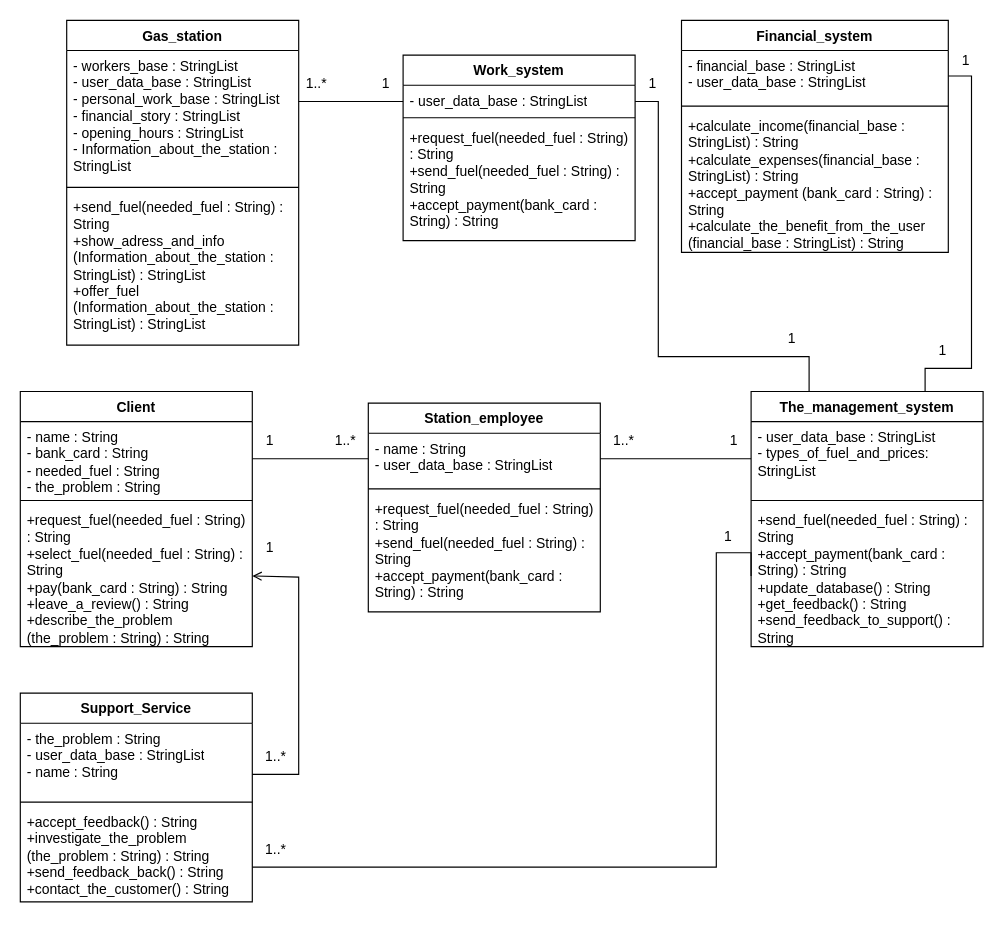
Above: page "Needed 6 and 7" (7 of 12) of 1.drawio in Helpmepleaseitishard/Aikms (draw.io), before the change. Source tidied: cells renumbered, new cells numbered last; positions are measured from the earlier drawing's top-left corner, leaving out a move shared by most shapes. Both pictures are drawn from the tidied source at 116%, with x=0, y=0 at pixel (20, 20).
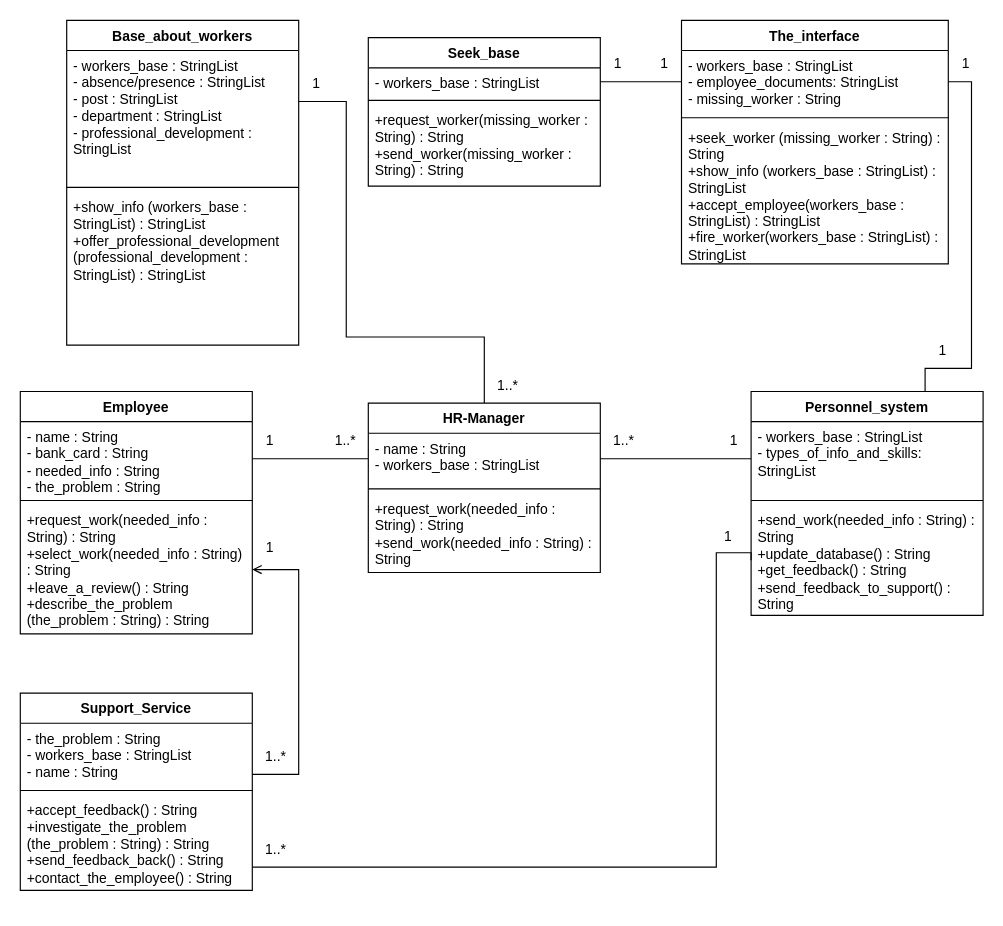
The same diagram, later.

Change to the diagram source:
```diff
@@
-    <mxCell id="2" value="The_management_system" style="swimlane;fontStyle=1;align=center;verticalAlign=top;horizontal=1;startSize=26;whiteSpace=wrap;html=1;" parent="1" vertex="1">
-      <mxGeometry x="630" y="320" width="200" height="220" as="geometry" />
+    <mxCell id="2" value="Personnel_system" style="swimlane;fontStyle=1;align=center;verticalAlign=top;horizontal=1;startSize=26;whiteSpace=wrap;html=1;" parent="1" vertex="1">
+      <mxGeometry x="630" y="320" width="200" height="193" as="geometry" />
     </mxCell>
-    <mxCell id="3" value="&lt;div&gt;-&amp;nbsp;user_data_base : StringList&lt;/div&gt;&lt;div&gt;&lt;div&gt;&lt;div&gt;- types_of_fuel_and_prices: StringList&lt;/div&gt;&lt;/div&gt;&lt;/div&gt;" style="text;strokeColor=none;fillColor=none;align=left;verticalAlign=top;spacingLeft=4;spacingRight=4;overflow=hidden;points=[[0,0.5],[1,0.5]];portConstraint=eastwest;whiteSpace=wrap;html=1;" parent="2" vertex="1">
+    <mxCell id="3" value="&lt;div&gt;&lt;div&gt;&lt;div&gt;- workers_base : StringList&lt;/div&gt;&lt;/div&gt;&lt;/div&gt;&lt;div&gt;&lt;div&gt;&lt;div&gt;- types_of_info_and_skills: StringList&lt;/div&gt;&lt;/div&gt;&lt;/div&gt;" style="text;strokeColor=none;fillColor=none;align=left;verticalAlign=top;spacingLeft=4;spacingRight=4;overflow=hidden;points=[[0,0.5],[1,0.5]];portConstraint=eastwest;whiteSpace=wrap;html=1;" parent="2" vertex="1">
       <mxGeometry y="26" width="200" height="64" as="geometry" />
     </mxCell>
@@
-    <mxCell id="5" value="+send_fuel(needed_fuel : String) : String&lt;br&gt;+accept_payment(bank_card : String) : String&lt;br&gt;+update_database() : String&lt;br&gt;+get_feedback() : String&lt;br&gt;+send_feedback_to_support() : String" style="text;strokeColor=none;fillColor=none;align=left;verticalAlign=top;spacingLeft=4;spacingRight=4;overflow=hidden;points=[[0,0.5],[1,0.5]];portConstraint=eastwest;whiteSpace=wrap;html=1;" parent="2" vertex="1">
-      <mxGeometry y="98" width="200" height="122" as="geometry" />
+    <mxCell id="5" value="+send_work(needed_info : String) : String&lt;br&gt;+update_database() : String&lt;br&gt;+get_feedback() : String&lt;br&gt;+send_feedback_to_support() : String" style="text;strokeColor=none;fillColor=none;align=left;verticalAlign=top;spacingLeft=4;spacingRight=4;overflow=hidden;points=[[0,0.5],[1,0.5]];portConstraint=eastwest;whiteSpace=wrap;html=1;" parent="2" vertex="1">
+      <mxGeometry y="98" width="200" height="95" as="geometry" />
     </mxCell>
-    <mxCell id="6" value="Station_employee" style="swimlane;fontStyle=1;align=center;verticalAlign=top;horizontal=1;startSize=26;whiteSpace=wrap;html=1;" parent="1" vertex="1">
-      <mxGeometry x="300" y="330" width="200" height="180" as="geometry" />
+    <mxCell id="6" value="HR-Manager" style="swimlane;fontStyle=1;align=center;verticalAlign=top;horizontal=1;startSize=26;whiteSpace=wrap;html=1;" parent="1" vertex="1">
+      <mxGeometry x="300" y="330" width="200" height="146" as="geometry" />
     </mxCell>
-    <mxCell id="7" value="&lt;div&gt;- name : String&lt;/div&gt;&lt;div&gt;&lt;div&gt;&lt;div&gt;&lt;div&gt;&lt;div&gt;- user_data_base : StringList&lt;/div&gt;&lt;/div&gt;&lt;/div&gt;&lt;/div&gt;&lt;/div&gt;" style="text;strokeColor=none;fillColor=none;align=left;verticalAlign=top;spacingLeft=4;spacingRight=4;overflow=hidden;points=[[0,0.5],[1,0.5]];portConstraint=eastwest;whiteSpace=wrap;html=1;" parent="6" vertex="1">
+    <mxCell id="7" value="&lt;div&gt;- name : String&lt;/div&gt;&lt;div&gt;&lt;div&gt;&lt;div&gt;&lt;div&gt;&lt;div&gt;&lt;div&gt;&lt;div&gt;- workers_base : StringList&lt;/div&gt;&lt;/div&gt;&lt;/div&gt;&lt;/div&gt;&lt;/div&gt;&lt;/div&gt;&lt;/div&gt;" style="text;strokeColor=none;fillColor=none;align=left;verticalAlign=top;spacingLeft=4;spacingRight=4;overflow=hidden;points=[[0,0.5],[1,0.5]];portConstraint=eastwest;whiteSpace=wrap;html=1;" parent="6" vertex="1">
       <mxGeometry y="26" width="200" height="44" as="geometry" />
     </mxCell>
@@
-    <mxCell id="9" value="+request_fuel(needed_fuel : String) : String&lt;br&gt;+send_fuel(needed_fuel : String) : String&lt;br&gt;+accept_payment(bank_card : String) : String" style="text;strokeColor=none;fillColor=none;align=left;verticalAlign=top;spacingLeft=4;spacingRight=4;overflow=hidden;whiteSpace=wrap;html=1;" parent="6" vertex="1">
-      <mxGeometry y="78" width="200" height="102" as="geometry" />
+    <mxCell id="9" value="+request_work(needed_info : String) : String&lt;br&gt;+send_work(needed_info : String) : String" style="text;strokeColor=none;fillColor=none;align=left;verticalAlign=top;spacingLeft=4;spacingRight=4;overflow=hidden;whiteSpace=wrap;html=1;" parent="6" vertex="1">
+      <mxGeometry y="78" width="200" height="68" as="geometry" />
     </mxCell>
-    <mxCell id="10" value="Client" style="swimlane;fontStyle=1;align=center;verticalAlign=top;horizontal=1;startSize=26;whiteSpace=wrap;html=1;" parent="1" vertex="1">
-      <mxGeometry y="320" width="200" height="220" as="geometry" />
+    <mxCell id="10" value="Employee" style="swimlane;fontStyle=1;align=center;verticalAlign=top;horizontal=1;startSize=26;whiteSpace=wrap;html=1;" parent="1" vertex="1">
+      <mxGeometry y="320" width="200" height="209" as="geometry" />
     </mxCell>
-    <mxCell id="11" value="&lt;div&gt;- name : String&lt;/div&gt;&lt;div&gt;&lt;div&gt;- bank_card : String&lt;/div&gt;&lt;div&gt;&lt;div&gt;- needed_fuel : String&lt;/div&gt;&lt;div&gt;&lt;div&gt;- the_problem : String&lt;/div&gt;&lt;/div&gt;&lt;/div&gt;&lt;/div&gt;" style="text;strokeColor=none;fillColor=none;align=left;verticalAlign=top;spacingLeft=4;spacingRight=4;overflow=hidden;points=[[0,0.5],[1,0.5]];portConstraint=eastwest;whiteSpace=wrap;html=1;" parent="10" vertex="1">
+    <mxCell id="11" value="&lt;div&gt;- name : String&lt;/div&gt;&lt;div&gt;&lt;div&gt;- bank_card : String&lt;/div&gt;&lt;div&gt;&lt;div&gt;- needed_info : String&lt;/div&gt;&lt;div&gt;&lt;div&gt;- the_problem : String&lt;/div&gt;&lt;/div&gt;&lt;/div&gt;&lt;/div&gt;" style="text;strokeColor=none;fillColor=none;align=left;verticalAlign=top;spacingLeft=4;spacingRight=4;overflow=hidden;points=[[0,0.5],[1,0.5]];portConstraint=eastwest;whiteSpace=wrap;html=1;" parent="10" vertex="1">
       <mxGeometry y="26" width="200" height="64" as="geometry" />
     </mxCell>
@@
-    <mxCell id="13" value="+request_fuel(needed_fuel : String) : String&lt;br&gt;+select_fuel(needed_fuel : String) : String&lt;br&gt;+pay(bank_card : String) : String&lt;br&gt;+leave_a_review() : String&lt;br&gt;+describe_the_problem (the_problem : String) : String" style="text;strokeColor=none;fillColor=none;align=left;verticalAlign=top;spacingLeft=4;spacingRight=4;overflow=hidden;points=[[0,0.5],[1,0.5]];portConstraint=eastwest;whiteSpace=wrap;html=1;" parent="10" vertex="1">
-      <mxGeometry y="98" width="200" height="122" as="geometry" />
+    <mxCell id="13" value="+request_work(needed_info : String) : String&lt;br&gt;+select_work(needed_info : String) : String&lt;br&gt;+leave_a_review() : String&lt;br&gt;+describe_the_problem (the_problem : String) : String" style="text;strokeColor=none;fillColor=none;align=left;verticalAlign=top;spacingLeft=4;spacingRight=4;overflow=hidden;points=[[0,0.5],[1,0.5]];portConstraint=eastwest;whiteSpace=wrap;html=1;" parent="10" vertex="1">
+      <mxGeometry y="98" width="200" height="111" as="geometry" />
     </mxCell>
     <mxCell id="14" style="edgeStyle=orthogonalEdgeStyle;rounded=0;jettySize=auto;html=1;entryX=1;entryY=0.5;entryDx=0;entryDy=0;strokeWidth=1;endArrow=open;endFill=0;startArrow=none;startFill=0;" parent="1" edge="1" target="13">
       <mxGeometry relative="1" as="geometry">
         <mxPoint x="200" y="650" as="sourcePoint" />
         <Array as="points">
           <mxPoint x="240" y="650" />
-          <mxPoint x="240" y="480" />
+          <mxPoint x="240" y="474" />
         </Array>
       </mxGeometry>
     </mxCell>
     <mxCell id="15" value="Support_Service" style="swimlane;fontStyle=1;align=center;verticalAlign=top;horizontal=1;startSize=26;whiteSpace=wrap;html=1;" parent="1" vertex="1">
-      <mxGeometry y="580" width="200" height="180" as="geometry" />
+      <mxGeometry y="580" width="200" height="170" as="geometry" />
     </mxCell>
-    <mxCell id="16" value="&lt;div&gt;- the_problem : String&lt;/div&gt;&lt;div&gt;&lt;div&gt;&lt;div&gt;-&amp;nbsp;user_data_base : StringList&lt;div&gt;&lt;div&gt;- name : String&lt;/div&gt;&lt;/div&gt;&lt;/div&gt;&lt;/div&gt;&lt;/div&gt;" style="text;strokeColor=none;fillColor=none;align=left;verticalAlign=top;spacingLeft=4;spacingRight=4;overflow=hidden;whiteSpace=wrap;html=1;" parent="15" vertex="1">
-      <mxGeometry y="26" width="200" height="64" as="geometry" />
+    <mxCell id="16" value="&lt;div&gt;- the_problem : String&lt;/div&gt;&lt;div&gt;&lt;div&gt;&lt;div&gt;&lt;div&gt;&lt;div&gt;- workers_base : StringList&lt;/div&gt;&lt;/div&gt;&lt;div&gt;&lt;div&gt;- name : String&lt;/div&gt;&lt;/div&gt;&lt;/div&gt;&lt;/div&gt;&lt;/div&gt;" style="text;strokeColor=none;fillColor=none;align=left;verticalAlign=top;spacingLeft=4;spacingRight=4;overflow=hidden;whiteSpace=wrap;html=1;" parent="15" vertex="1">
+      <mxGeometry y="26" width="200" height="54" as="geometry" />
     </mxCell>
     <mxCell id="17" style="line;strokeWidth=1;fillColor=none;align=left;verticalAlign=middle;spacingTop=-1;spacingLeft=3;spacingRight=3;labelPosition=right;strokeColor=inherit;" parent="15" vertex="1">
-      <mxGeometry y="90" width="200" height="8" as="geometry" />
+      <mxGeometry y="80" width="200" height="8" as="geometry" />
     </mxCell>
-    <mxCell id="18" value="+accept_feedback() : String&lt;br&gt;+investigate_the_problem (the_problem : String) : String&lt;br&gt;+send_feedback_back() : String&lt;br&gt;+contact_the_customer() : String" style="text;strokeColor=none;fillColor=none;align=left;verticalAlign=top;spacingLeft=4;spacingRight=4;overflow=hidden;whiteSpace=wrap;html=1;" parent="15" vertex="1">
-      <mxGeometry y="98" width="200" height="82" as="geometry" />
+    <mxCell id="18" value="+accept_feedback() : String&lt;br&gt;+investigate_the_problem (the_problem : String) : String&lt;br&gt;+send_feedback_back() : String&lt;br&gt;+contact_the_employee() : String" style="text;strokeColor=none;fillColor=none;align=left;verticalAlign=top;spacingLeft=4;spacingRight=4;overflow=hidden;whiteSpace=wrap;html=1;" parent="15" vertex="1">
+      <mxGeometry y="88" width="200" height="82" as="geometry" />
     </mxCell>
@@
-    <mxCell id="30" value="Financial_system" style="swimlane;fontStyle=1;align=center;verticalAlign=top;horizontal=1;startSize=26;whiteSpace=wrap;html=1;" parent="1" vertex="1">
-      <mxGeometry x="570" width="230" height="200" as="geometry" />
+    <mxCell id="30" value="The_interface" style="swimlane;fontStyle=1;align=center;verticalAlign=top;horizontal=1;startSize=26;whiteSpace=wrap;html=1;" parent="1" vertex="1">
+      <mxGeometry x="570" width="230" height="210" as="geometry" />
     </mxCell>
-    <mxCell id="31" value="&lt;div&gt;- financial_base : StringList&lt;/div&gt;&lt;div&gt;&lt;div&gt;&lt;div&gt;&lt;div&gt;&lt;div&gt;- user_data_base : StringList&lt;/div&gt;&lt;/div&gt;&lt;/div&gt;&lt;/div&gt;&lt;/div&gt;" style="text;strokeColor=none;fillColor=none;align=left;verticalAlign=top;spacingLeft=4;spacingRight=4;overflow=hidden;points=[[0,0.5],[1,0.5]];portConstraint=eastwest;whiteSpace=wrap;html=1;" parent="30" vertex="1">
-      <mxGeometry y="26" width="230" height="44" as="geometry" />
+    <mxCell id="31" value="&lt;div&gt;&lt;div&gt;&lt;div&gt;&lt;div&gt;&lt;div&gt;&lt;div&gt;&lt;div&gt;- workers_base : StringList&lt;/div&gt;&lt;/div&gt;&lt;/div&gt;&lt;/div&gt;&lt;/div&gt;&lt;/div&gt;&lt;/div&gt;&lt;div&gt;- employee_documents: StringList&lt;/div&gt;&lt;div&gt;- missing_worker : String&lt;br&gt;&lt;/div&gt;" style="text;strokeColor=none;fillColor=none;align=left;verticalAlign=top;spacingLeft=4;spacingRight=4;overflow=hidden;points=[[0,0.5],[1,0.5]];portConstraint=eastwest;whiteSpace=wrap;html=1;" parent="30" vertex="1">
+      <mxGeometry y="26" width="230" height="54" as="geometry" />
     </mxCell>
     <mxCell id="32" style="line;strokeWidth=1;fillColor=none;align=left;verticalAlign=middle;spacingTop=-1;spacingLeft=3;spacingRight=3;labelPosition=right;strokeColor=inherit;" parent="30" vertex="1">
-      <mxGeometry y="70" width="230" height="8" as="geometry" />
+      <mxGeometry y="80" width="230" height="8" as="geometry" />
     </mxCell>
-    <mxCell id="33" value="&lt;div&gt;+calculate_income(financial_base : StringList) : String&lt;/div&gt;&lt;div&gt;+calculate_expenses(financial_base : StringList) : String&lt;/div&gt;&lt;div&gt;+accept_payment (bank_card : String) : String&lt;/div&gt;&lt;div&gt;+calculate_the_benefit_from_the_user (financial_base : StringList) : String&lt;/div&gt;" style="text;strokeColor=none;fillColor=none;align=left;verticalAlign=top;spacingLeft=4;spacingRight=4;overflow=hidden;whiteSpace=wrap;html=1;" parent="30" vertex="1">
-      <mxGeometry y="78" width="230" height="122" as="geometry" />
+    <mxCell id="33" value="&lt;div&gt;+seek_worker (missing_worker : String) : String&lt;/div&gt;&lt;div&gt;+show_info (workers_base : StringList) : StringList&lt;/div&gt;&lt;div&gt;+accept_employee(workers_base : StringList) : StringList&lt;/div&gt;&lt;div&gt;+fire_worker(workers_base : StringList) : StringList&lt;/div&gt;" style="text;strokeColor=none;fillColor=none;align=left;verticalAlign=top;spacingLeft=4;spacingRight=4;overflow=hidden;whiteSpace=wrap;html=1;" parent="30" vertex="1">
+      <mxGeometry y="88" width="230" height="122" as="geometry" />
     </mxCell>
-    <mxCell id="34" style="edgeStyle=none;curved=0;rounded=0;jettySize=auto;html=1;exitX=1;exitY=0.25;exitDx=0;exitDy=0;entryX=0.25;entryY=0;entryDx=0;entryDy=0;fontSize=12;startSize=8;endSize=8;endArrow=none;startFill=0;" parent="1" edge="1" source="36" target="2">
-      <mxGeometry relative="1" as="geometry">
-        <Array as="points">
-          <mxPoint x="550" y="70" />
-          <mxPoint x="550" y="290" />
-          <mxPoint x="680" y="290" />
-        </Array>
-      </mxGeometry>
+    <mxCell id="34" style="edgeStyle=none;curved=0;rounded=0;jettySize=auto;html=1;exitX=1;exitY=0.5;exitDx=0;exitDy=0;fontSize=12;startSize=8;endSize=8;endArrow=none;startFill=0;entryX=0;entryY=0.5;entryDx=0;entryDy=0;" parent="1" edge="1" source="37" target="31">
+      <mxGeometry relative="1" as="geometry" />
     </mxCell>
-    <mxCell id="35" style="edgeStyle=none;curved=0;rounded=0;jettySize=auto;html=1;exitX=0;exitY=0.25;exitDx=0;exitDy=0;entryX=1;entryY=0.25;entryDx=0;entryDy=0;fontSize=12;startSize=8;endSize=8;endArrow=none;startFill=0;" parent="1" edge="1" source="36" target="41">
-      <mxGeometry relative="1" as="geometry" />
+    <mxCell id="35" style="edgeStyle=none;curved=0;rounded=0;jettySize=auto;html=1;entryX=1;entryY=0.25;entryDx=0;entryDy=0;fontSize=12;startSize=8;endSize=8;endArrow=none;startFill=0;exitX=0.5;exitY=0;exitDx=0;exitDy=0;" parent="1" edge="1" source="6" target="41">
+      <mxGeometry relative="1" as="geometry">
+        <Array as="points">
+          <mxPoint x="400" y="273" />
+          <mxPoint x="281" y="273" />
+          <mxPoint x="281" y="70" />
+        </Array>
+      </mxGeometry>
     </mxCell>
-    <mxCell id="36" value="Work_system" style="swimlane;fontStyle=1;align=center;verticalAlign=top;horizontal=1;startSize=26;whiteSpace=wrap;html=1;" parent="1" vertex="1">
-      <mxGeometry x="330" y="30" width="200" height="160" as="geometry" />
+    <mxCell id="36" value="Seek_base" style="swimlane;fontStyle=1;align=center;verticalAlign=top;horizontal=1;startSize=26;whiteSpace=wrap;html=1;" parent="1" vertex="1">
+      <mxGeometry x="300" y="15" width="200" height="128" as="geometry" />
     </mxCell>
-    <mxCell id="37" value="&lt;div&gt;- user_data_base : StringList&lt;/div&gt;" style="text;strokeColor=none;fillColor=none;align=left;verticalAlign=top;spacingLeft=4;spacingRight=4;overflow=hidden;points=[[0,0.5],[1,0.5]];portConstraint=eastwest;whiteSpace=wrap;html=1;" parent="36" vertex="1">
+    <mxCell id="37" value="&lt;div&gt;&lt;div&gt;- workers_base : StringList&lt;/div&gt;&lt;/div&gt;" style="text;strokeColor=none;fillColor=none;align=left;verticalAlign=top;spacingLeft=4;spacingRight=4;overflow=hidden;points=[[0,0.5],[1,0.5]];portConstraint=eastwest;whiteSpace=wrap;html=1;" parent="36" vertex="1">
       <mxGeometry y="26" width="200" height="24" as="geometry" />
     </mxCell>
@@
-    <mxCell id="39" value="+request_fuel(needed_fuel : String) : String&lt;br&gt;+send_fuel(needed_fuel : String) : String&lt;br&gt;+accept_payment(bank_card : String) : String" style="text;strokeColor=none;fillColor=none;align=left;verticalAlign=top;spacingLeft=4;spacingRight=4;overflow=hidden;whiteSpace=wrap;html=1;" parent="36" vertex="1">
-      <mxGeometry y="58" width="200" height="102" as="geometry" />
+    <mxCell id="39" value="+request_worker(missing_worker : String) : String&lt;br&gt;+send_worker(missing_worker : String) : String" style="text;strokeColor=none;fillColor=none;align=left;verticalAlign=top;spacingLeft=4;spacingRight=4;overflow=hidden;whiteSpace=wrap;html=1;" parent="36" vertex="1">
+      <mxGeometry y="58" width="200" height="70" as="geometry" />
     </mxCell>
     <mxCell id="40" style="edgeStyle=none;curved=0;rounded=0;jettySize=auto;html=1;exitX=1;exitY=0.5;exitDx=0;exitDy=0;entryX=0.75;entryY=0;entryDx=0;entryDy=0;fontSize=12;startSize=8;endSize=8;endArrow=none;startFill=0;" parent="1" edge="1" source="31" target="2">
       <mxGeometry relative="1" as="geometry">
         <Array as="points">
-          <mxPoint x="820" y="48" />
+          <mxPoint x="820" y="53" />
           <mxPoint x="820" y="300" />
           <mxPoint x="780" y="300" />
         </Array>
       </mxGeometry>
     </mxCell>
-    <mxCell id="41" value="Gas_station" style="swimlane;fontStyle=1;align=center;verticalAlign=top;horizontal=1;startSize=26;whiteSpace=wrap;html=1;" parent="1" vertex="1">
+    <mxCell id="41" value="Base_about_workers" style="swimlane;fontStyle=1;align=center;verticalAlign=top;horizontal=1;startSize=26;whiteSpace=wrap;html=1;" parent="1" vertex="1">
       <mxGeometry x="40" width="200" height="280" as="geometry" />
     </mxCell>
-    <mxCell id="42" value="&lt;div&gt;&lt;div&gt;- workers_base : StringList&lt;/div&gt;&lt;/div&gt;&lt;div&gt;&lt;div&gt;&lt;div&gt;&lt;div&gt;&lt;div&gt;- user_data_base : StringList&lt;/div&gt;&lt;div&gt;- personal_work_base : StringList&lt;/div&gt;&lt;div&gt;- financial_story  : StringList&lt;/div&gt;&lt;div&gt;- opening_hours : StringList&lt;/div&gt;&lt;div&gt;- Information_about_the_station : StringList&lt;/div&gt;&lt;/div&gt;&lt;/div&gt;&lt;/div&gt;&lt;/div&gt;" style="text;strokeColor=none;fillColor=none;align=left;verticalAlign=top;spacingLeft=4;spacingRight=4;overflow=hidden;whiteSpace=wrap;html=1;" parent="41" vertex="1">
+    <mxCell id="42" value="&lt;div&gt;&lt;div&gt;- workers_base : StringList&lt;/div&gt;&lt;/div&gt;&lt;div&gt;&lt;div&gt;&lt;div&gt;&lt;div&gt;&lt;div&gt;- absence/presence : StringList&lt;/div&gt;&lt;div&gt;- post  : StringList&lt;/div&gt;&lt;div&gt;- department : StringList&lt;/div&gt;&lt;div&gt;- professional_development : StringList&lt;/div&gt;&lt;/div&gt;&lt;/div&gt;&lt;/div&gt;&lt;/div&gt;" style="text;strokeColor=none;fillColor=none;align=left;verticalAlign=top;spacingLeft=4;spacingRight=4;overflow=hidden;whiteSpace=wrap;html=1;" parent="41" vertex="1">
       <mxGeometry y="26" width="200" height="114" as="geometry" />
     </mxCell>
@@
-    <mxCell id="44" value="+send_fuel(needed_fuel : String) : String&lt;br&gt;&lt;div&gt;+show_adress_and_info (Information_about_the_station : StringList) : StringList&lt;/div&gt;&lt;div&gt;+offer_fuel (Information_about_the_station : StringList) : StringList&lt;/div&gt;" style="text;strokeColor=none;fillColor=none;align=left;verticalAlign=top;spacingLeft=4;spacingRight=4;overflow=hidden;whiteSpace=wrap;html=1;" parent="41" vertex="1">
+    <mxCell id="44" value="&lt;div&gt;+show_info (workers_base : StringList) : StringList&lt;/div&gt;&lt;div&gt;+offer_professional_development (professional_development : StringList) : StringList&lt;/div&gt;" style="text;strokeColor=none;fillColor=none;align=left;verticalAlign=top;spacingLeft=4;spacingRight=4;overflow=hidden;whiteSpace=wrap;html=1;" parent="41" vertex="1">
       <mxGeometry y="148" width="200" height="132" as="geometry" />
     </mxCell>
@@
     <mxCell id="46" value="1" style="text;html=1;align=center;verticalAlign=middle;strokeColor=none;fillColor=none;" parent="1" vertex="1">
-      <mxGeometry x="800" y="20" width="30" height="30" as="geometry" />
+      <mxGeometry x="800" y="23" width="30" height="30" as="geometry" />
     </mxCell>
     <mxCell id="47" value="1" style="text;html=1;align=center;verticalAlign=middle;strokeColor=none;fillColor=none;" parent="1" vertex="1">
-      <mxGeometry x="650" y="260" width="30" height="30" as="geometry" />
+      <mxGeometry x="240" y="40" width="30" height="30" as="geometry" />
     </mxCell>
     <mxCell id="48" value="1" style="text;html=1;align=center;verticalAlign=middle;strokeColor=none;fillColor=none;" parent="1" vertex="1">
-      <mxGeometry x="530" y="40" width="30" height="30" as="geometry" />
+      <mxGeometry x="540" y="23" width="30" height="30" as="geometry" />
     </mxCell>
     <mxCell id="49" value="1" style="text;html=1;align=center;verticalAlign=middle;strokeColor=none;fillColor=none;" parent="1" vertex="1">
-      <mxGeometry x="300" y="40" width="30" height="30" as="geometry" />
+      <mxGeometry x="500" y="23" width="30" height="30" as="geometry" />
     </mxCell>
     <mxCell id="50" value="1..*" style="text;html=1;align=center;verticalAlign=middle;strokeColor=none;fillColor=none;" parent="1" vertex="1">
-      <mxGeometry x="235" y="40" width="40" height="30" as="geometry" />
+      <mxGeometry x="400" y="300" width="40" height="30" as="geometry" />
     </mxCell>
```
